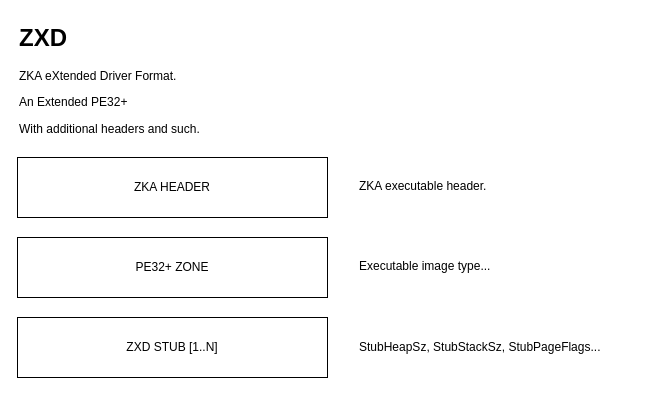
nekernel-org/nekernel keeps this draw.io diagram as doc/ZXD.drawio. Above is the earlier version. Source tidied: cells renumbered, new cells numbered last; positions are measured from the earlier drawing's top-left corner, leaving out a move shared by most shapes. Both pictures are drawn from the tidied source at 100%, with x=0, y=0 at pixel (17, 17).
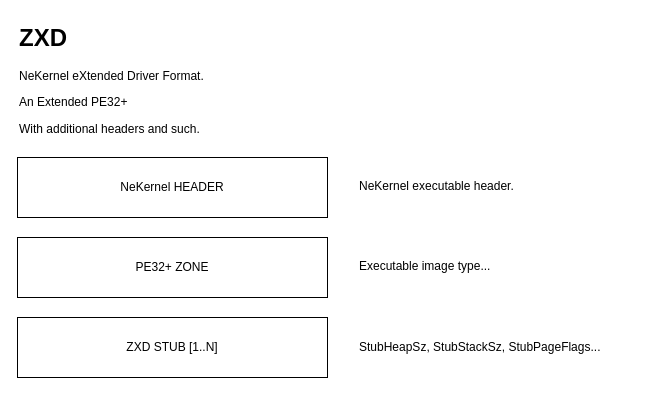
Above is the later version.

Change to the diagram source:
```diff
@@
 <mxGraphModel>
   <root>
     <mxCell id="0" />
     <mxCell id="1" parent="0" />
-    <mxCell id="2" value="&lt;h1 style=&quot;margin-top: 0px;&quot;&gt;ZXD&lt;/h1&gt;&lt;p&gt;ZKA eXtended Driver Format.&lt;/p&gt;&lt;p&gt;An Extended PE32+&lt;/p&gt;&lt;p&gt;With additional headers and such.&lt;/p&gt;" style="text;html=1;whiteSpace=wrap;overflow=hidden;rounded=0;" parent="1" vertex="1">
+    <mxCell id="2" value="&lt;h1 style=&quot;margin-top: 0px;&quot;&gt;ZXD&lt;/h1&gt;&lt;p&gt;NeKernel eXtended Driver Format.&lt;/p&gt;&lt;p&gt;An Extended PE32+&lt;/p&gt;&lt;p&gt;With additional headers and such.&lt;/p&gt;" style="text;html=1;whiteSpace=wrap;overflow=hidden;rounded=0;" parent="1" vertex="1">
       <mxGeometry width="210" height="130" as="geometry" />
     </mxCell>
-    <mxCell id="3" value="ZKA HEADER" style="rounded=0;whiteSpace=wrap;html=1;" parent="1" vertex="1">
+    <mxCell id="3" value="NeKernel HEADER" style="rounded=0;whiteSpace=wrap;html=1;" parent="1" vertex="1">
       <mxGeometry y="140" width="310" height="60" as="geometry" />
     </mxCell>
     <mxCell id="4" value="PE32+ ZONE" style="rounded=0;whiteSpace=wrap;html=1;" parent="1" vertex="1">
       <mxGeometry y="220" width="310" height="60" as="geometry" />
     </mxCell>
     <mxCell id="5" value="ZXD STUB [1..N]" style="rounded=0;whiteSpace=wrap;html=1;" parent="1" vertex="1">
       <mxGeometry y="300" width="310" height="60" as="geometry" />
     </mxCell>
     <mxCell id="6" value="StubHeapSz, StubStackSz, StubPageFlags..." style="text;html=1;align=left;verticalAlign=middle;whiteSpace=wrap;rounded=0;" parent="1" vertex="1">
       <mxGeometry x="340" y="315" width="290" height="30" as="geometry" />
     </mxCell>
     <mxCell id="7" value="Executable image type..." style="text;html=1;align=left;verticalAlign=middle;whiteSpace=wrap;rounded=0;" parent="1" vertex="1">
       <mxGeometry x="340" y="234" width="290" height="30" as="geometry" />
     </mxCell>
-    <mxCell id="8" value="ZKA executable header." style="text;html=1;align=left;verticalAlign=middle;whiteSpace=wrap;rounded=0;" parent="1" vertex="1">
+    <mxCell id="8" value="NeKernel executable header." style="text;html=1;align=left;verticalAlign=middle;whiteSpace=wrap;rounded=0;" parent="1" vertex="1">
       <mxGeometry x="340" y="154" width="290" height="30" as="geometry" />
     </mxCell>
   </root>
 </mxGraphModel>
```
